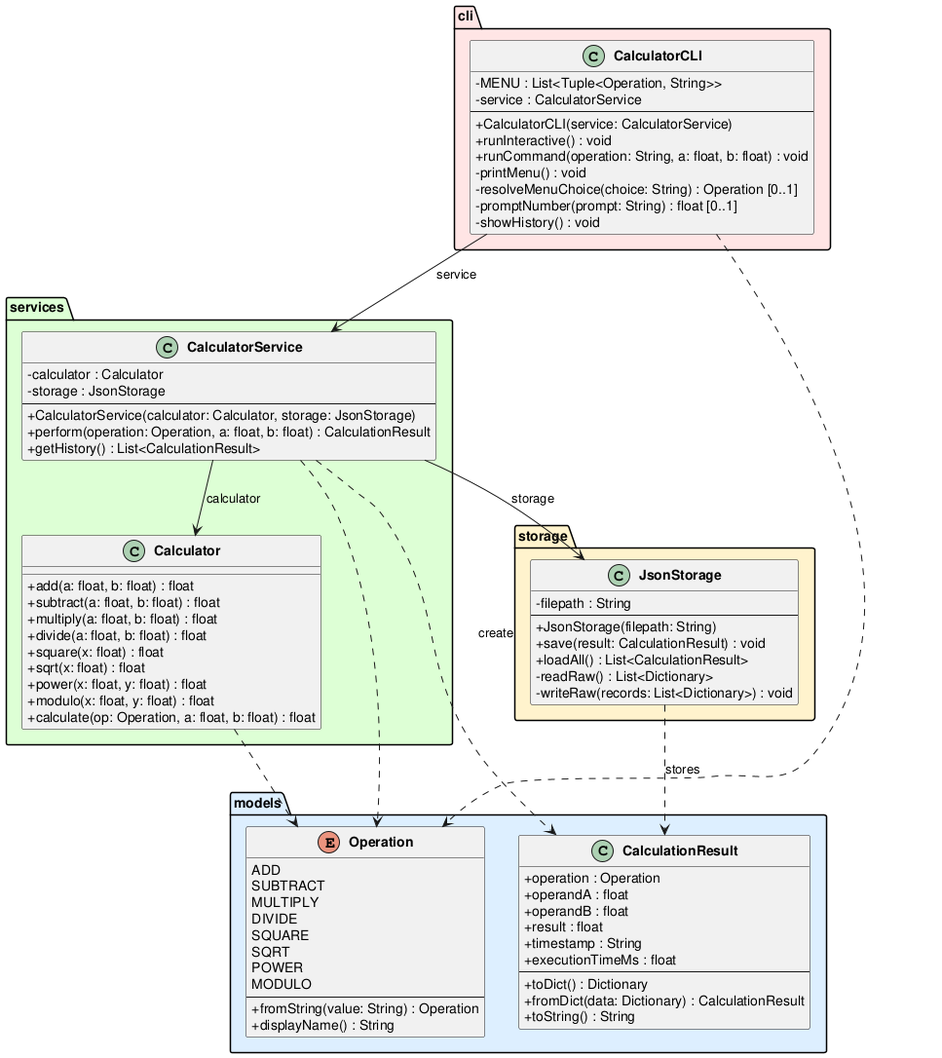
This is experiments/broadcast/test_driven/calculator/artifacts/class_diagram.png from DanielRiha8906/Software_autoevolution_using_agents, a PlantUML export, as it was before one commit.
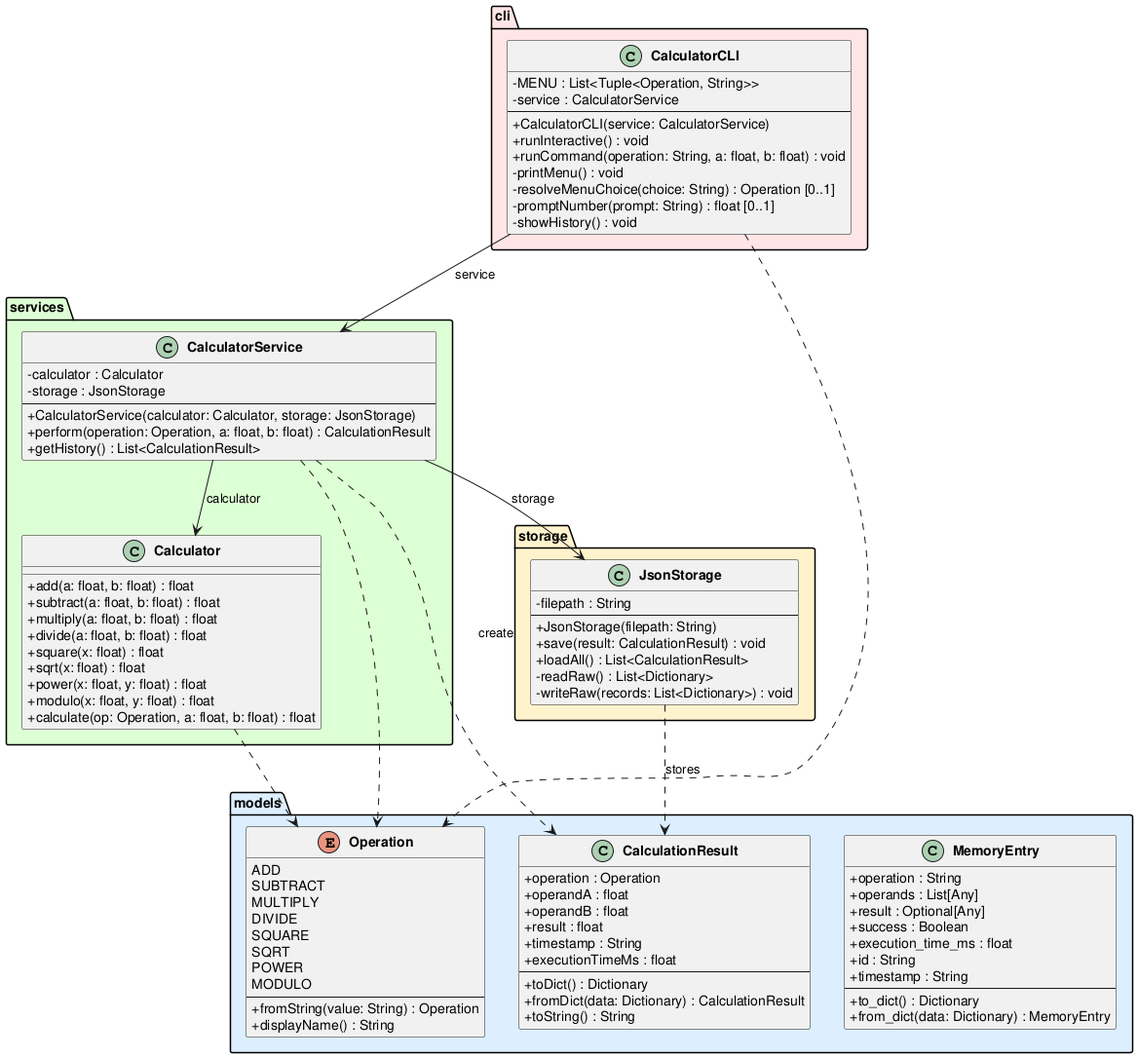
The same diagram one commit later.

What changed in the source:
```diff
@@ -29,6 +29,19 @@
         +toDict() : Dictionary
         +fromDict(data: Dictionary) : CalculationResult
         +toString() : String
+    }
+
+    class MemoryEntry {
+        +operation : String
+        +operands : List[Any]
+        +result : Optional[Any]
+        +success : Boolean
+        +execution_time_ms : float
+        +id : String
+        +timestamp : String
+        --
+        +to_dict() : Dictionary
+        +from_dict(data: Dictionary) : MemoryEntry
     }
 }
 
```
